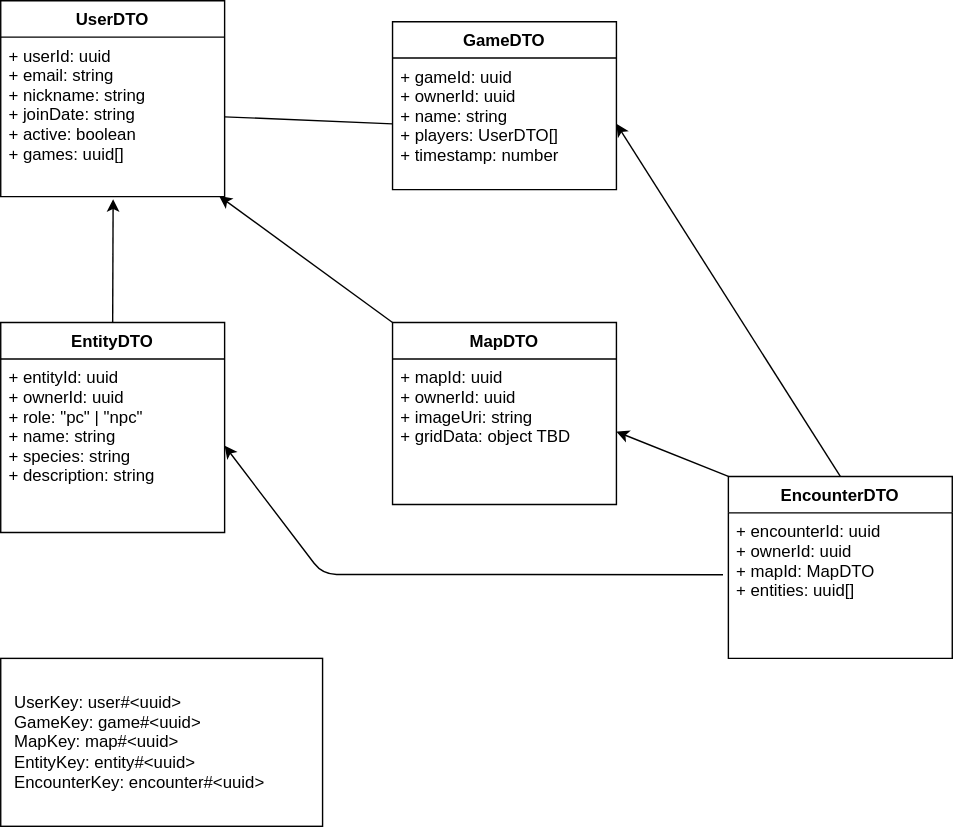
adamfitzpatrick/grid-wolf keeps this draw.io diagram as packages/docs/assets/classes.drawio.svg. Above is the earlier version. Source tidied: cells renumbered, new cells last; positions are measured from the earlier drawing's top-left corner, leaving out a move shared by most shapes. The source it was exported from:
```xml
<mxGraphModel>
  <root>
    <mxCell id="0" />
    <mxCell id="1" parent="0" />
    <mxCell id="2" value="UserDTO" style="swimlane;fontStyle=1;align=center;verticalAlign=top;horizontal=1;startSize=26;" parent="1" vertex="1">
      <mxGeometry width="160" height="140" as="geometry" />
    </mxCell>
    <mxCell id="3" value="+ userId: uuid&#10;+ email: string&#10;+ nickname: string&#10;+ joinDate: string&#10;+ active: boolean&#10;+ games: uuid[]" style="text;strokeColor=none;fillColor=none;align=left;verticalAlign=top;spacingLeft=4;spacingRight=4;overflow=hidden;points=[[0,0.5],[1,0.5]];portConstraint=eastwest;" parent="2" vertex="1">
      <mxGeometry y="26" width="160" height="114" as="geometry" />
    </mxCell>
    <mxCell id="4" value="GameDTO" style="swimlane;fontStyle=1;align=center;verticalAlign=top;horizontal=1;startSize=26;" parent="1" vertex="1">
      <mxGeometry x="280" y="15" width="160" height="120" as="geometry" />
    </mxCell>
    <mxCell id="5" value="+ gameId: uuid&#10;+ ownerId: uuid&#10;+ name: string&#10;+ players: UserDTO[]&#10;+ timestamp: number" style="text;strokeColor=none;fillColor=none;align=left;verticalAlign=top;spacingLeft=4;spacingRight=4;overflow=hidden;points=[[0,0.5],[1,0.5]];portConstraint=eastwest;" parent="4" vertex="1">
      <mxGeometry y="26" width="160" height="94" as="geometry" />
    </mxCell>
    <mxCell id="6" style="edgeStyle=none;html=1;exitX=0.5;exitY=0;exitDx=0;exitDy=0;entryX=0.502;entryY=1.016;entryDx=0;entryDy=0;entryPerimeter=0;startArrow=none;startFill=0;endArrow=classic;endFill=1;" parent="1" edge="1" source="7" target="3">
      <mxGeometry relative="1" as="geometry" />
    </mxCell>
    <mxCell id="7" value="EntityDTO" style="swimlane;fontStyle=1;align=center;verticalAlign=top;horizontal=1;startSize=26;" parent="1" vertex="1">
      <mxGeometry y="230" width="160" height="150" as="geometry" />
    </mxCell>
    <mxCell id="8" value="+ entityId: uuid&#10;+ ownerId: uuid&#10;+ role: &quot;pc&quot; | &quot;npc&quot;&#10;+ name: string&#10;+ species: string&#10;+ description: string" style="text;strokeColor=none;fillColor=none;align=left;verticalAlign=top;spacingLeft=4;spacingRight=4;overflow=hidden;points=[[0,0.5],[1,0.5]];portConstraint=eastwest;" parent="7" vertex="1">
      <mxGeometry y="26" width="160" height="124" as="geometry" />
    </mxCell>
    <mxCell id="9" style="edgeStyle=none;html=1;exitX=0;exitY=0;exitDx=0;exitDy=0;entryX=0.976;entryY=0.997;entryDx=0;entryDy=0;entryPerimeter=0;startArrow=none;startFill=0;endArrow=classic;endFill=1;" parent="1" edge="1" source="10" target="3">
      <mxGeometry relative="1" as="geometry" />
    </mxCell>
    <mxCell id="10" value="MapDTO" style="swimlane;fontStyle=1;align=center;verticalAlign=top;horizontal=1;startSize=26;" parent="1" vertex="1">
      <mxGeometry x="280" y="230" width="160" height="130" as="geometry" />
    </mxCell>
    <mxCell id="11" value="+ mapId: uuid&#10;+ ownerId: uuid&#10;+ imageUri: string&#10;+ gridData: object TBD" style="text;strokeColor=none;fillColor=none;align=left;verticalAlign=top;spacingLeft=4;spacingRight=4;overflow=hidden;points=[[0,0.5],[1,0.5]];portConstraint=eastwest;" parent="10" vertex="1">
      <mxGeometry y="26" width="160" height="104" as="geometry" />
    </mxCell>
    <mxCell id="12" value="EncounterDTO" style="swimlane;fontStyle=1;align=center;verticalAlign=top;horizontal=1;startSize=26;" parent="1" vertex="1">
      <mxGeometry x="520" y="340" width="160" height="130" as="geometry" />
    </mxCell>
    <mxCell id="13" value="+ encounterId: uuid&#10;+ ownerId: uuid&#10;+ mapId: MapDTO&#10;+ entities: uuid[]" style="text;strokeColor=none;fillColor=none;align=left;verticalAlign=top;spacingLeft=4;spacingRight=4;overflow=hidden;points=[[0,0.5],[1,0.5]];portConstraint=eastwest;" parent="12" vertex="1">
      <mxGeometry y="26" width="160" height="104" as="geometry" />
    </mxCell>
    <mxCell id="14" value="UserKey: user#&amp;lt;uuid&amp;gt;&lt;br&gt;GameKey: game#&amp;lt;uuid&amp;gt;&lt;br&gt;MapKey: map#&amp;lt;uuid&amp;gt;&lt;br&gt;EntityKey: entity#&amp;lt;uuid&amp;gt;&lt;br&gt;EncounterKey: encounter#&amp;lt;uuid&amp;gt;" style="rounded=0;whiteSpace=wrap;html=1;align=left;spacing=10;" parent="1" vertex="1">
      <mxGeometry y="470" width="230" height="120" as="geometry" />
    </mxCell>
    <mxCell id="15" style="edgeStyle=none;html=1;exitX=1;exitY=0.5;exitDx=0;exitDy=0;entryX=0;entryY=0.5;entryDx=0;entryDy=0;startArrow=none;startFill=0;endArrow=none;endFill=0;" parent="1" edge="1" source="3" target="5">
      <mxGeometry relative="1" as="geometry" />
    </mxCell>
    <mxCell id="16" style="edgeStyle=none;html=1;exitX=1;exitY=0.5;exitDx=0;exitDy=0;entryX=0.5;entryY=0;entryDx=0;entryDy=0;startArrow=classic;startFill=1;endArrow=none;endFill=0;" parent="1" edge="1" source="5" target="12">
      <mxGeometry relative="1" as="geometry" />
    </mxCell>
    <mxCell id="17" style="edgeStyle=none;html=1;exitX=1;exitY=0.5;exitDx=0;exitDy=0;entryX=0;entryY=0;entryDx=0;entryDy=0;startArrow=classic;startFill=1;endArrow=none;endFill=0;" parent="1" edge="1" source="11" target="12">
      <mxGeometry relative="1" as="geometry" />
    </mxCell>
    <mxCell id="18" style="edgeStyle=none;html=1;exitX=1;exitY=0.5;exitDx=0;exitDy=0;entryX=-0.024;entryY=0.425;entryDx=0;entryDy=0;entryPerimeter=0;startArrow=classic;startFill=1;endArrow=none;endFill=0;" parent="1" edge="1" source="8" target="13">
      <mxGeometry relative="1" as="geometry">
        <Array as="points">
          <mxPoint x="230" y="410" />
        </Array>
      </mxGeometry>
    </mxCell>
  </root>
</mxGraphModel>
```
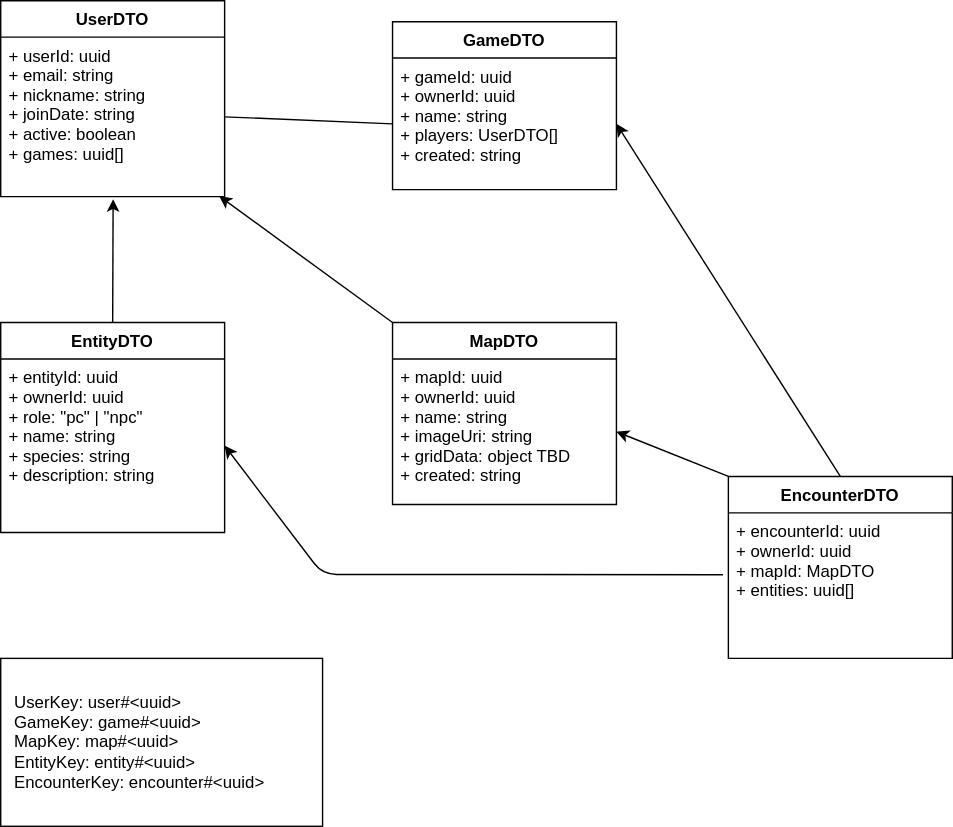
The same file after the commit.

The edit, as a diff of the source:
```diff
@@ -11,7 +11,7 @@
     <mxCell id="4" value="GameDTO" style="swimlane;fontStyle=1;align=center;verticalAlign=top;horizontal=1;startSize=26;" parent="1" vertex="1">
       <mxGeometry x="280" y="15" width="160" height="120" as="geometry" />
     </mxCell>
-    <mxCell id="5" value="+ gameId: uuid&#10;+ ownerId: uuid&#10;+ name: string&#10;+ players: UserDTO[]&#10;+ timestamp: number" style="text;strokeColor=none;fillColor=none;align=left;verticalAlign=top;spacingLeft=4;spacingRight=4;overflow=hidden;points=[[0,0.5],[1,0.5]];portConstraint=eastwest;" parent="4" vertex="1">
+    <mxCell id="5" value="+ gameId: uuid&#10;+ ownerId: uuid&#10;+ name: string&#10;+ players: UserDTO[]&#10;+ created: string" style="text;strokeColor=none;fillColor=none;align=left;verticalAlign=top;spacingLeft=4;spacingRight=4;overflow=hidden;points=[[0,0.5],[1,0.5]];portConstraint=eastwest;" parent="4" vertex="1">
       <mxGeometry y="26" width="160" height="94" as="geometry" />
     </mxCell>
     <mxCell id="6" style="edgeStyle=none;html=1;exitX=0.5;exitY=0;exitDx=0;exitDy=0;entryX=0.502;entryY=1.016;entryDx=0;entryDy=0;entryPerimeter=0;startArrow=none;startFill=0;endArrow=classic;endFill=1;" parent="1" edge="1" source="7" target="3">
@@ -29,7 +29,7 @@
     <mxCell id="10" value="MapDTO" style="swimlane;fontStyle=1;align=center;verticalAlign=top;horizontal=1;startSize=26;" parent="1" vertex="1">
       <mxGeometry x="280" y="230" width="160" height="130" as="geometry" />
     </mxCell>
-    <mxCell id="11" value="+ mapId: uuid&#10;+ ownerId: uuid&#10;+ imageUri: string&#10;+ gridData: object TBD" style="text;strokeColor=none;fillColor=none;align=left;verticalAlign=top;spacingLeft=4;spacingRight=4;overflow=hidden;points=[[0,0.5],[1,0.5]];portConstraint=eastwest;" parent="10" vertex="1">
+    <mxCell id="11" value="+ mapId: uuid&#10;+ ownerId: uuid&#10;+ name: string&#10;+ imageUri: string&#10;+ gridData: object TBD&#10;+ created: string" style="text;strokeColor=none;fillColor=none;align=left;verticalAlign=top;spacingLeft=4;spacingRight=4;overflow=hidden;points=[[0,0.5],[1,0.5]];portConstraint=eastwest;" parent="10" vertex="1">
       <mxGeometry y="26" width="160" height="104" as="geometry" />
     </mxCell>
     <mxCell id="12" value="EncounterDTO" style="swimlane;fontStyle=1;align=center;verticalAlign=top;horizontal=1;startSize=26;" parent="1" vertex="1">
```
